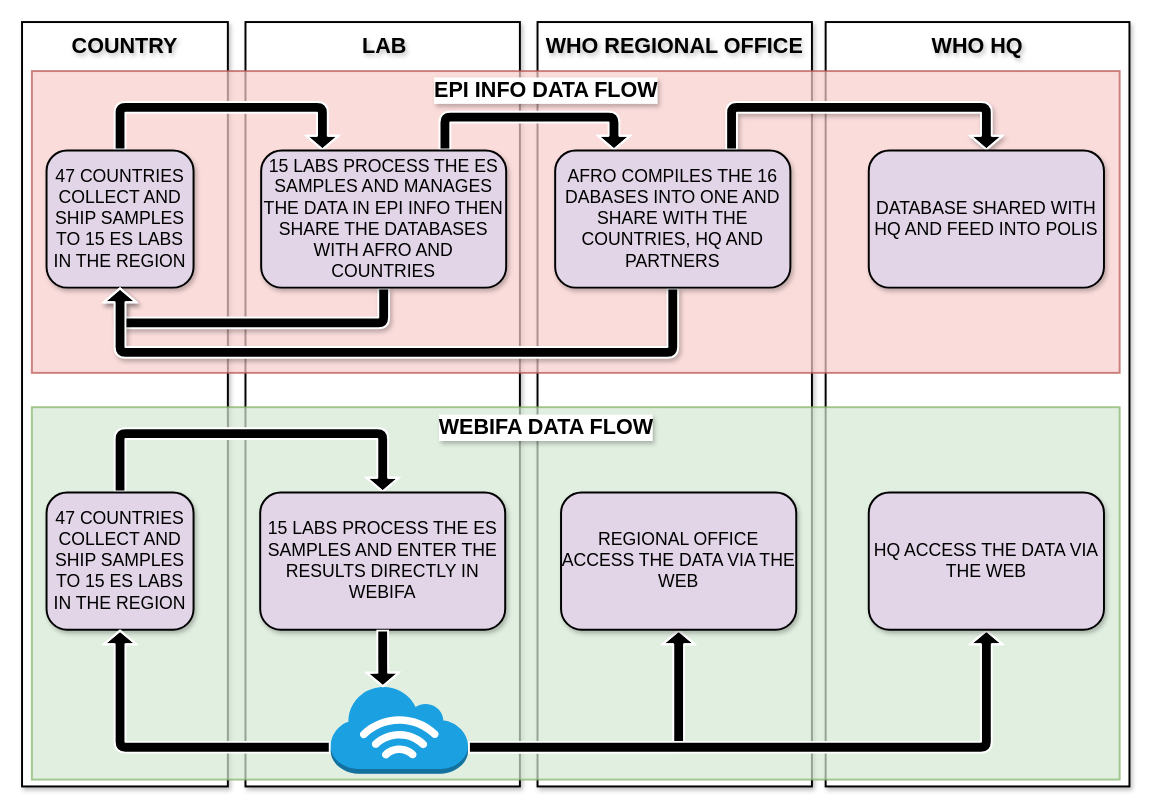
Earlier version of the draw.io diagram page "Page-1" (1 of 3) of ES_Data_flow.drawio (DemevengDerrick/Workflows). Source tidied: cells renumbered, new cells numbered last; positions are measured from the earlier drawing's top-left corner, leaving out a move shared by most shapes. Both pictures are drawn from the tidied source at 98%, with x=0, y=0 at pixel (22, 22).
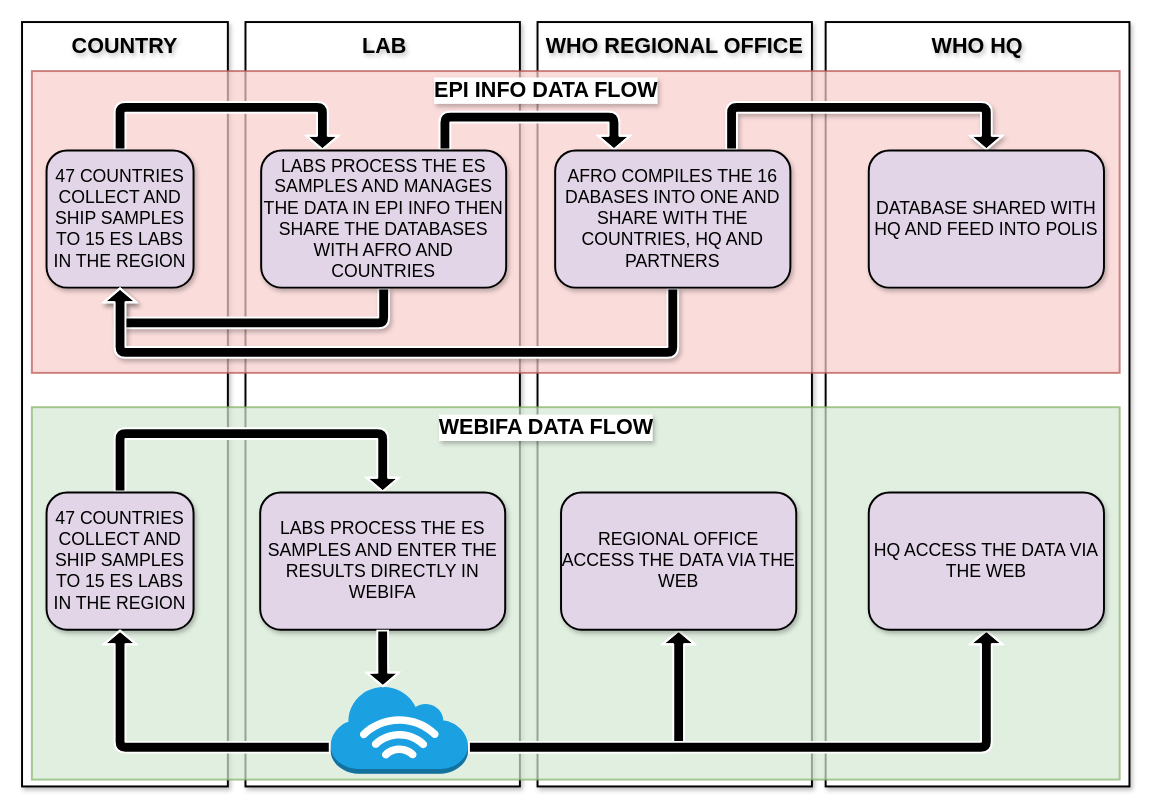
Above is the later version.

The edit, as a diff of the source:
```diff
@@
-    <mxCell id="11" value="15 LABS PROCESS THE ES SAMPLES AND MANAGES THE DATA IN EPI INFO THEN SHARE THE DATABASES WITH AFRO AND COUNTRIES" style="rounded=1;whiteSpace=wrap;html=1;fontStyle=0;fontSize=18;fillColor=#e1d5e7;strokeColor=#000000;shadow=1;strokeWidth=2;" parent="1" vertex="1">
+    <mxCell id="11" value="LABS PROCESS THE ES SAMPLES AND MANAGES THE DATA IN EPI INFO THEN SHARE THE DATABASES WITH AFRO AND COUNTRIES" style="rounded=1;whiteSpace=wrap;html=1;fontStyle=0;fontSize=18;fillColor=#e1d5e7;strokeColor=#000000;shadow=1;strokeWidth=2;" parent="1" vertex="1">
       <mxGeometry x="244" y="131" width="250" height="140" as="geometry" />
     </mxCell>
@@
-    <mxCell id="19" value="15 LABS PROCESS THE ES SAMPLES AND ENTER THE RESULTS DIRECTLY IN WEBIFA" style="rounded=1;whiteSpace=wrap;html=1;fontStyle=0;fontSize=18;fillColor=#e1d5e7;strokeColor=#000000;shadow=1;strokeWidth=2;" parent="1" vertex="1">
+    <mxCell id="19" value="LABS PROCESS THE ES SAMPLES AND ENTER THE RESULTS DIRECTLY IN WEBIFA" style="rounded=1;whiteSpace=wrap;html=1;fontStyle=0;fontSize=18;fillColor=#e1d5e7;strokeColor=#000000;shadow=1;strokeWidth=2;" parent="1" vertex="1">
       <mxGeometry x="243" y="480" width="250" height="140" as="geometry" />
     </mxCell>
```
